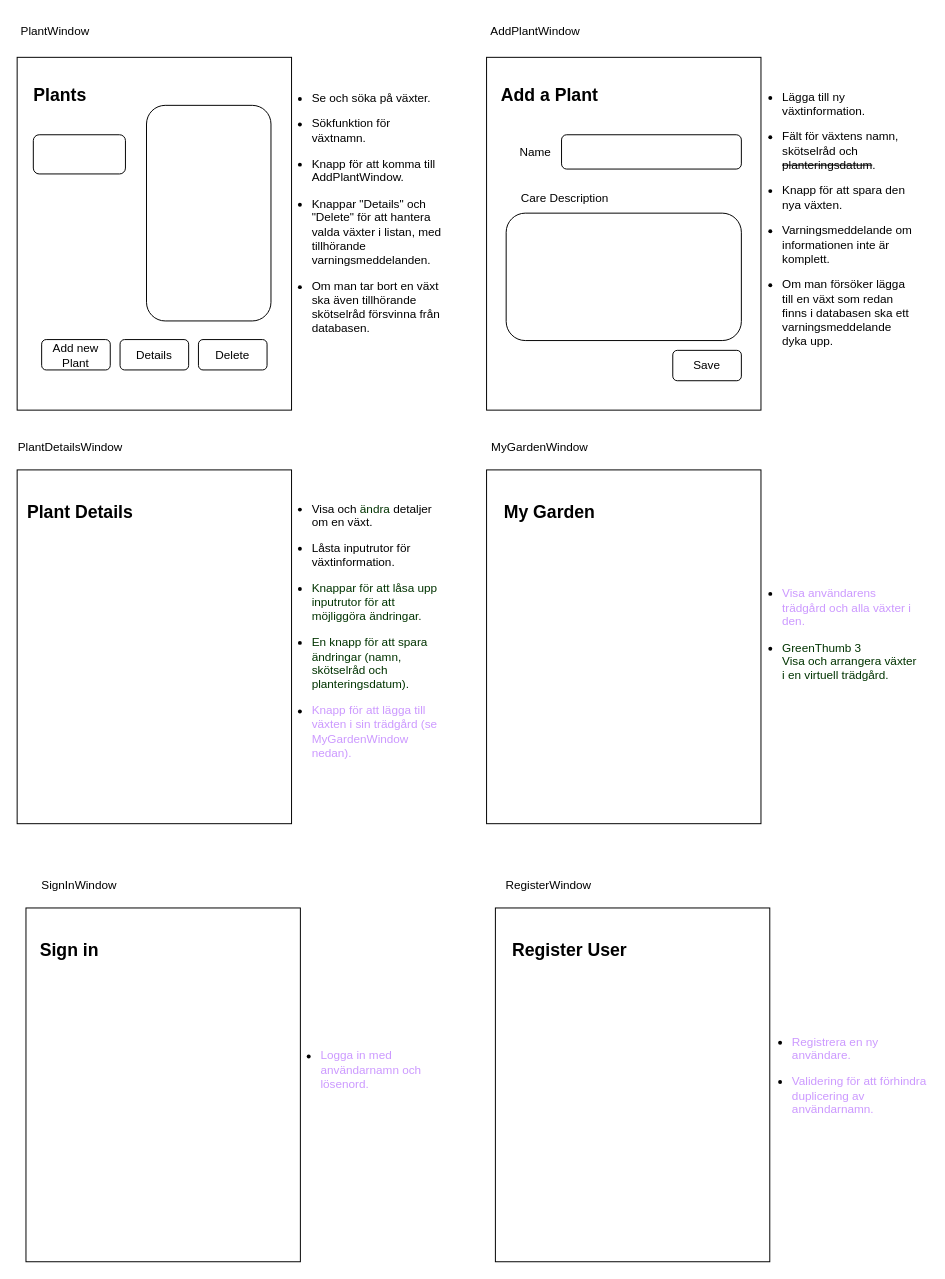
The draw.io diagram skissUI.drawio in EmmaDQ/Slutprojekt_Databasutveckling_Emma-Dahlqvist_HT2023, before the edit. Source tidied: cells renumbered, new cells numbered last; positions are measured from the earlier drawing's top-left corner, leaving out a move shared by most shapes. Both pictures are drawn from the tidied source at 98%, with x=0, y=0 at pixel (17, 17).
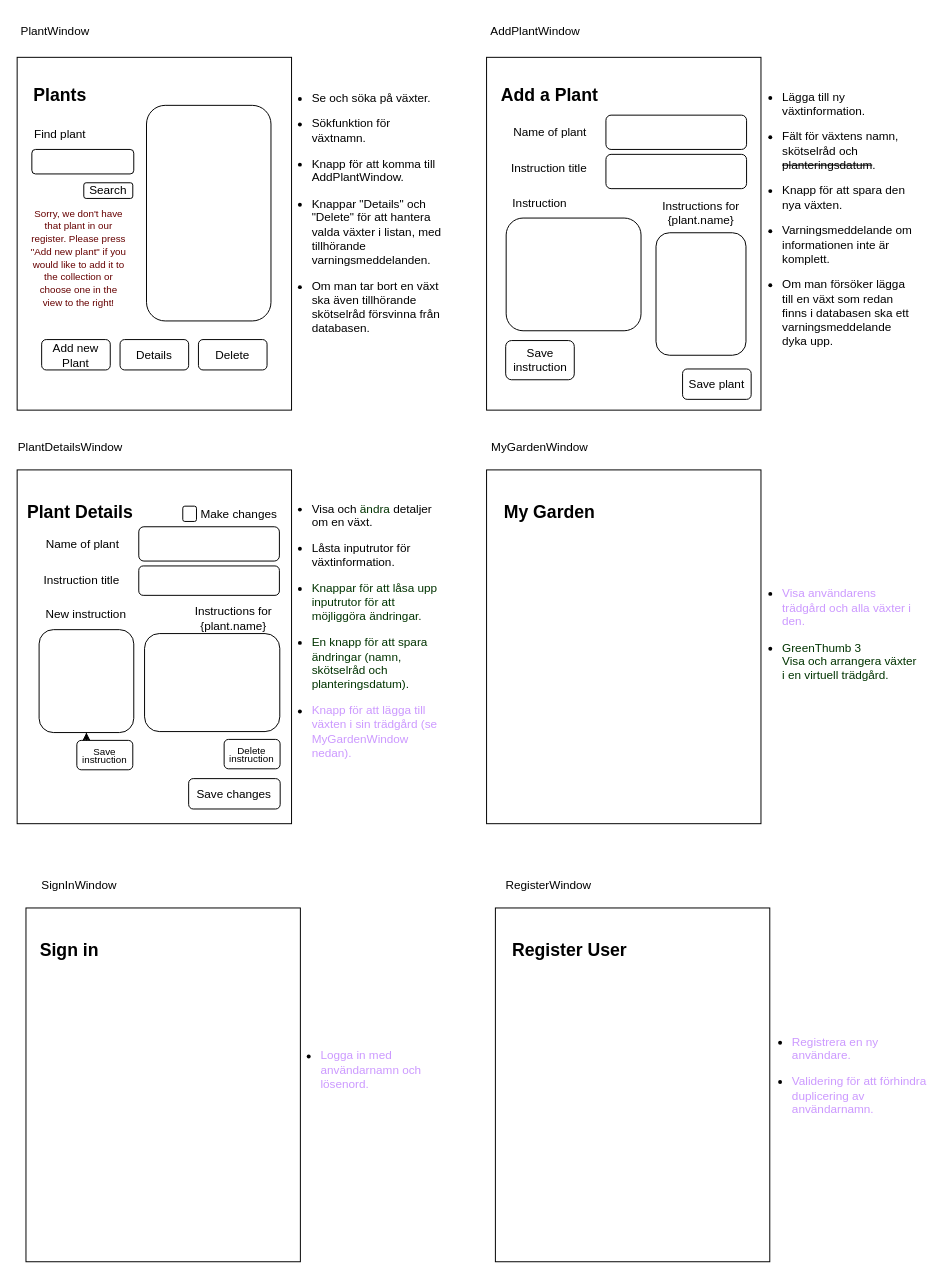
The same diagram, later.

What changed in the source:
```diff
@@
     <mxCell id="20" style="rounded=1;whiteSpace=wrap;html=1;" parent="1" vertex="1">
-      <mxGeometry x="16.5" y="120" width="94" height="40" as="geometry" />
+      <mxGeometry x="15" y="135" width="104" height="25" as="geometry" />
     </mxCell>
@@
     <mxCell id="25" style="rounded=1;whiteSpace=wrap;html=1;" parent="1" vertex="1">
-      <mxGeometry x="499" y="200" width="240" height="130" as="geometry" />
+      <mxGeometry x="499" y="205" width="137.6" height="115" as="geometry" />
     </mxCell>
     <mxCell id="26" style="rounded=1;whiteSpace=wrap;html=1;" parent="1" vertex="1">
-      <mxGeometry x="555.5" y="120" width="183.5" height="35" as="geometry" />
+      <mxGeometry x="600.8" y="100" width="143.5" height="35" as="geometry" />
     </mxCell>
-    <mxCell id="27" value="Name" style="text;html=1;strokeColor=none;fillColor=none;align=center;verticalAlign=middle;whiteSpace=wrap;rounded=0;" parent="1" vertex="1">
-      <mxGeometry x="499" y="122.5" width="60" height="30" as="geometry" />
+    <mxCell id="27" value="Name of plant" style="text;html=1;strokeColor=none;fillColor=none;align=center;verticalAlign=middle;whiteSpace=wrap;rounded=0;" parent="1" vertex="1">
+      <mxGeometry x="499" y="102.5" width="90" height="30" as="geometry" />
     </mxCell>
-    <mxCell id="28" value="Care Description" style="text;html=1;strokeColor=none;fillColor=none;align=center;verticalAlign=middle;whiteSpace=wrap;rounded=0;" parent="1" vertex="1">
-      <mxGeometry x="499" y="170" width="120" height="30" as="geometry" />
+    <mxCell id="28" value="Instruction title" style="text;html=1;strokeColor=none;fillColor=none;align=center;verticalAlign=middle;whiteSpace=wrap;rounded=0;" parent="1" vertex="1">
+      <mxGeometry x="482.5" y="140" width="120" height="30" as="geometry" />
     </mxCell>
-    <mxCell id="29" value="Save" style="rounded=1;whiteSpace=wrap;html=1;" parent="1" vertex="1">
-      <mxGeometry x="669" y="340" width="70" height="31" as="geometry" />
+    <mxCell id="29" value="Save plant" style="rounded=1;whiteSpace=wrap;html=1;" parent="1" vertex="1">
+      <mxGeometry x="679" y="359" width="70" height="31" as="geometry" />
     </mxCell>
@@
+    <mxCell id="36" style="edgeStyle=orthogonalEdgeStyle;rounded=0;orthogonalLoop=1;jettySize=auto;html=1;exitX=0.5;exitY=1;exitDx=0;exitDy=0;" parent="1" edge="1" source="25" target="25">
+      <mxGeometry relative="1" as="geometry" />
+    </mxCell>
+    <mxCell id="37" style="rounded=1;whiteSpace=wrap;html=1;" parent="1" vertex="1">
+      <mxGeometry x="651.9" y="220" width="91.8" height="125" as="geometry" />
+    </mxCell>
+    <mxCell id="38" style="rounded=1;whiteSpace=wrap;html=1;" parent="1" vertex="1">
+      <mxGeometry x="600.8" y="140" width="143.5" height="35" as="geometry" />
+    </mxCell>
+    <mxCell id="39" value="Instruction" style="text;html=1;strokeColor=none;fillColor=none;align=center;verticalAlign=middle;whiteSpace=wrap;rounded=0;" parent="1" vertex="1">
+      <mxGeometry x="488" y="175" width="91" height="30" as="geometry" />
+    </mxCell>
+    <mxCell id="40" value="Instructions for {plant.name}" style="text;html=1;strokeColor=none;fillColor=none;align=center;verticalAlign=middle;whiteSpace=wrap;rounded=0;" parent="1" vertex="1">
+      <mxGeometry x="644.8" y="185" width="106" height="30" as="geometry" />
+    </mxCell>
+    <mxCell id="41" value="Save instruction" style="rounded=1;whiteSpace=wrap;html=1;" parent="1" vertex="1">
+      <mxGeometry x="498.5" y="330" width="70" height="40" as="geometry" />
+    </mxCell>
+    <mxCell id="42" value="Find plant" style="text;html=1;strokeColor=none;fillColor=none;align=center;verticalAlign=middle;whiteSpace=wrap;rounded=0;" parent="1" vertex="1">
+      <mxGeometry x="9" y="105" width="70" height="30" as="geometry" />
+    </mxCell>
+    <mxCell id="43" style="rounded=1;whiteSpace=wrap;html=1;" parent="1" vertex="1">
+      <mxGeometry x="22.4" y="625" width="96.6" height="105" as="geometry" />
+    </mxCell>
+    <mxCell id="44" style="rounded=1;whiteSpace=wrap;html=1;" parent="1" vertex="1">
+      <mxGeometry x="124.1" y="520" width="143.5" height="35" as="geometry" />
+    </mxCell>
+    <mxCell id="45" value="Name of plant" style="text;html=1;strokeColor=none;fillColor=none;align=center;verticalAlign=middle;whiteSpace=wrap;rounded=0;" parent="1" vertex="1">
+      <mxGeometry x="22.4" y="522.5" width="90" height="30" as="geometry" />
+    </mxCell>
+    <mxCell id="46" value="Instruction title" style="text;html=1;strokeColor=none;fillColor=none;align=center;verticalAlign=middle;whiteSpace=wrap;rounded=0;" parent="1" vertex="1">
+      <mxGeometry x="5.9" y="560" width="120" height="30" as="geometry" />
+    </mxCell>
+    <mxCell id="47" value="Save changes" style="rounded=1;whiteSpace=wrap;html=1;" parent="1" vertex="1">
+      <mxGeometry x="175" y="777" width="93.4" height="31" as="geometry" />
+    </mxCell>
+    <mxCell id="48" style="edgeStyle=orthogonalEdgeStyle;rounded=0;orthogonalLoop=1;jettySize=auto;html=1;exitX=0.5;exitY=1;exitDx=0;exitDy=0;" parent="1" edge="1" source="43" target="43">
+      <mxGeometry relative="1" as="geometry" />
+    </mxCell>
+    <mxCell id="49" style="rounded=1;whiteSpace=wrap;html=1;" parent="1" vertex="1">
+      <mxGeometry x="130" y="629" width="138" height="100" as="geometry" />
+    </mxCell>
+    <mxCell id="50" style="rounded=1;whiteSpace=wrap;html=1;" parent="1" vertex="1">
+      <mxGeometry x="124.1" y="560" width="143.5" height="30" as="geometry" />
+    </mxCell>
+    <mxCell id="51" value="New instruction" style="text;html=1;strokeColor=none;fillColor=none;align=center;verticalAlign=middle;whiteSpace=wrap;rounded=0;" parent="1" vertex="1">
+      <mxGeometry x="25" y="595" width="91" height="30" as="geometry" />
+    </mxCell>
+    <mxCell id="52" value="Instructions for {plant.name}" style="text;html=1;strokeColor=none;fillColor=none;align=center;verticalAlign=middle;whiteSpace=wrap;rounded=0;" parent="1" vertex="1">
+      <mxGeometry x="168.1" y="599" width="106" height="30" as="geometry" />
+    </mxCell>
+    <mxCell id="53" value="&lt;p style=&quot;line-height: 90%; font-size: 10px;&quot;&gt;&lt;font style=&quot;font-size: 10px;&quot;&gt;Save instruction&lt;/font&gt;&lt;/p&gt;" style="rounded=1;whiteSpace=wrap;html=1;spacing=2;" parent="1" vertex="1">
+      <mxGeometry x="60.9" y="738" width="57.1" height="30" as="geometry" />
+    </mxCell>
+    <mxCell id="54" style="rounded=1;whiteSpace=wrap;html=1;" parent="1" vertex="1">
+      <mxGeometry x="169" y="499" width="14" height="15.6" as="geometry" />
+    </mxCell>
+    <mxCell id="55" value="Make changes" style="text;html=1;strokeColor=none;fillColor=none;align=center;verticalAlign=middle;whiteSpace=wrap;rounded=0;" parent="1" vertex="1">
+      <mxGeometry x="185" y="492.5" width="83.4" height="30" as="geometry" />
+    </mxCell>
+    <mxCell id="56" value="&lt;p style=&quot;line-height: 90%; font-size: 10px;&quot;&gt;&lt;font style=&quot;font-size: 10px;&quot;&gt;Delete instruction&lt;/font&gt;&lt;/p&gt;" style="rounded=1;whiteSpace=wrap;html=1;spacing=2;" parent="1" vertex="1">
+      <mxGeometry x="211.2" y="737" width="57.1" height="30" as="geometry" />
+    </mxCell>
+    <mxCell id="57" value="Search" style="rounded=1;whiteSpace=wrap;html=1;" parent="1" vertex="1">
+      <mxGeometry x="68" y="169" width="50" height="16" as="geometry" />
+    </mxCell>
+    <mxCell id="58" value="&lt;p style=&quot;line-height: 100%;&quot;&gt;&lt;font color=&quot;#660000&quot; style=&quot;font-size: 10px;&quot;&gt;Sorry, we don't have that plant in our register. Please press &quot;Add new plant&quot; if you would like to add it to the collection or choose one in the view to the right!&lt;/font&gt;&lt;/p&gt;" style="text;html=1;strokeColor=none;fillColor=none;align=center;verticalAlign=middle;whiteSpace=wrap;rounded=0;" parent="1" vertex="1">
+      <mxGeometry x="12.4" y="205" width="102.1" height="80" as="geometry" />
+    </mxCell>
```
